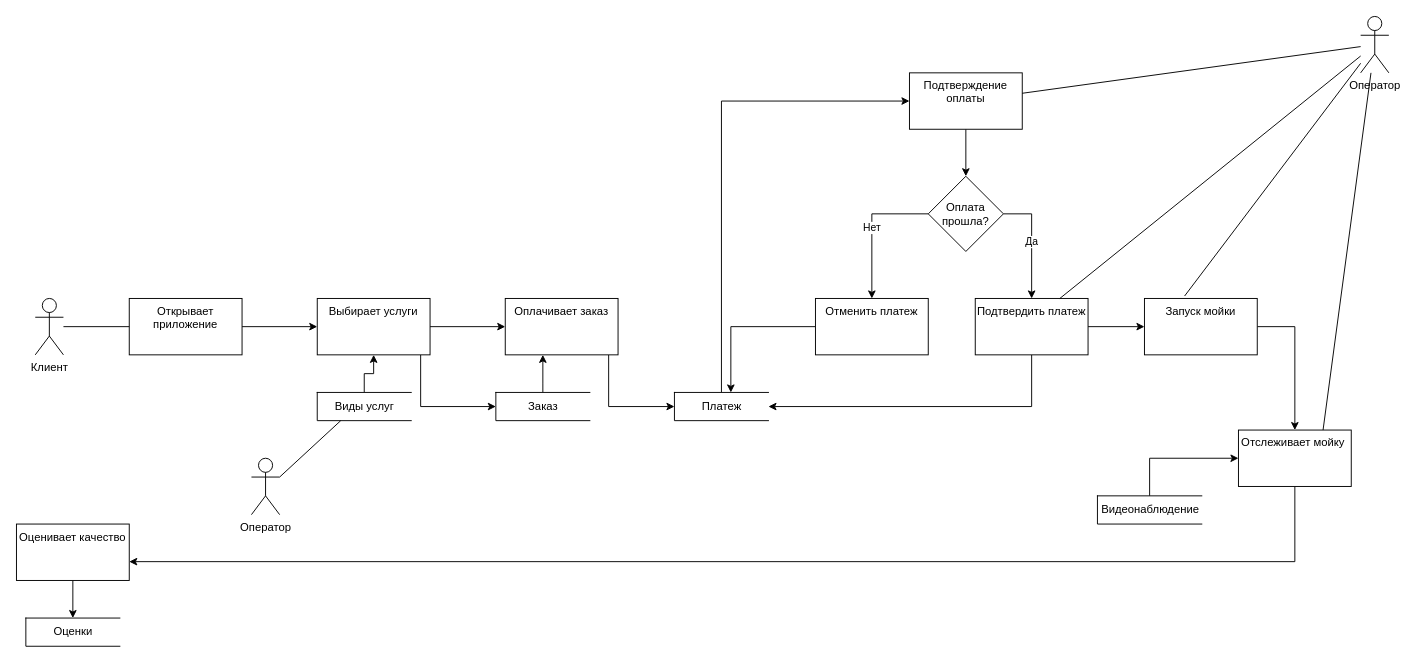
This is page "DFD" (2 of 3) of Diagram_1.drawio from vitaliyepikhin/Automated-Car-Wash, a draw.io file, before an edit. Source tidied: cells renumbered, new cells numbered last; positions are measured from the earlier drawing's top-left corner, leaving out a move shared by most shapes. Both pictures are drawn from the tidied source at 94%, with x=0, y=0 at pixel (16, 16).
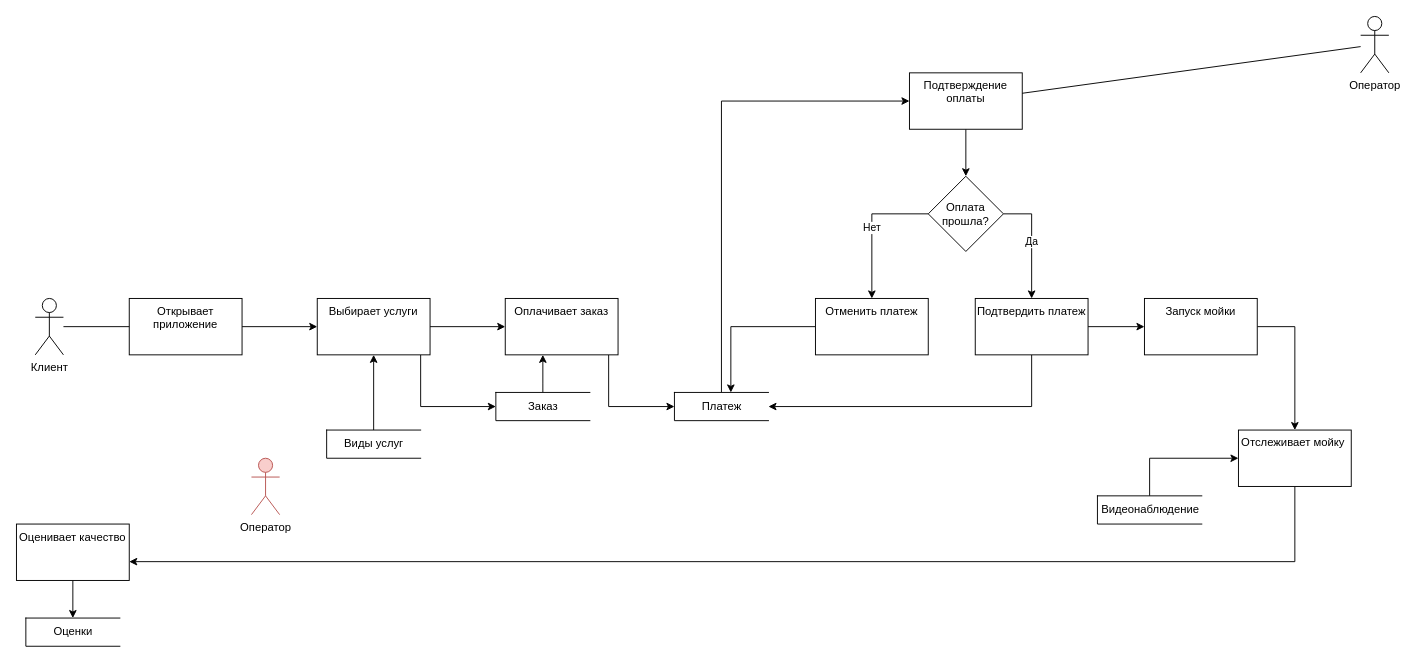
The same page after the edit.

Unchanged cells that the change refers to:
```xml
<mxCell id="13" value="Отслеживает мойку&amp;nbsp;" style="whiteSpace=wrap;html=1;verticalAlign=top;" parent="1" vertex="1">
  <mxGeometry x="1300" y="440" width="120" height="60" as="geometry" />
</mxCell>
<mxCell id="18" value="Оператор" style="shape=umlActor;verticalLabelPosition=bottom;verticalAlign=top;html=1;outlineConnect=0;" parent="1" vertex="1">
  <mxGeometry x="1430" width="30" height="60" as="geometry" />
</mxCell>
<mxCell id="30" value="Подтвердить платеж" style="whiteSpace=wrap;html=1;verticalAlign=top;" parent="1" vertex="1">
  <mxGeometry x="1020" y="300" width="120" height="60" as="geometry" />
</mxCell>
<mxCell id="36" value="Запуск мойки" style="whiteSpace=wrap;html=1;verticalAlign=top;" parent="1" vertex="1">
  <mxGeometry x="1200" y="300" width="120" height="60" as="geometry" />
</mxCell>
```

Change to the diagram source:
```diff
@@
     <mxCell id="11" value="Виды услуг" style="html=1;dashed=0;whitespace=wrap;shape=partialRectangle;right=0;" parent="1" vertex="1">
-      <mxGeometry x="320" y="400" width="100" height="30" as="geometry" />
+      <mxGeometry x="330" y="440" width="100" height="30" as="geometry" />
     </mxCell>
@@
-    <mxCell id="31" style="endArrow=none;html=1;rounded=0;entryX=0.75;entryY=0;entryDx=0;entryDy=0;" parent="1" edge="1" source="18" target="30">
-      <mxGeometry relative="1" as="geometry" />
-    </mxCell>
@@
-    <mxCell id="39" style="endArrow=none;html=1;rounded=0;entryX=0.356;entryY=-0.043;entryDx=0;entryDy=0;entryPerimeter=0;" parent="1" edge="1" source="18" target="36">
-      <mxGeometry relative="1" as="geometry" />
-    </mxCell>
-    <mxCell id="40" style="endArrow=none;html=1;rounded=0;entryX=0.75;entryY=0;entryDx=0;entryDy=0;" parent="1" edge="1" source="18" target="13">
-      <mxGeometry relative="1" as="geometry" />
-    </mxCell>
-    <mxCell id="41" value="Оператор" style="shape=umlActor;verticalLabelPosition=bottom;verticalAlign=top;html=1;outlineConnect=0;" parent="1" vertex="1">
+    <mxCell id="41" value="Оператор" style="shape=umlActor;verticalLabelPosition=bottom;verticalAlign=top;html=1;outlineConnect=0;fillColor=#f8cecc;strokeColor=#b85450;" parent="1" vertex="1">
       <mxGeometry x="250" y="470" width="30" height="60" as="geometry" />
     </mxCell>
-    <mxCell id="42" style="endArrow=none;html=1;rounded=0;entryX=0.25;entryY=1;entryDx=0;entryDy=0;exitX=1;exitY=0.3333333333333333;exitDx=0;exitDy=0;exitPerimeter=0;" parent="1" edge="1" source="41" target="11">
-      <mxGeometry relative="1" as="geometry" />
-    </mxCell>
```
